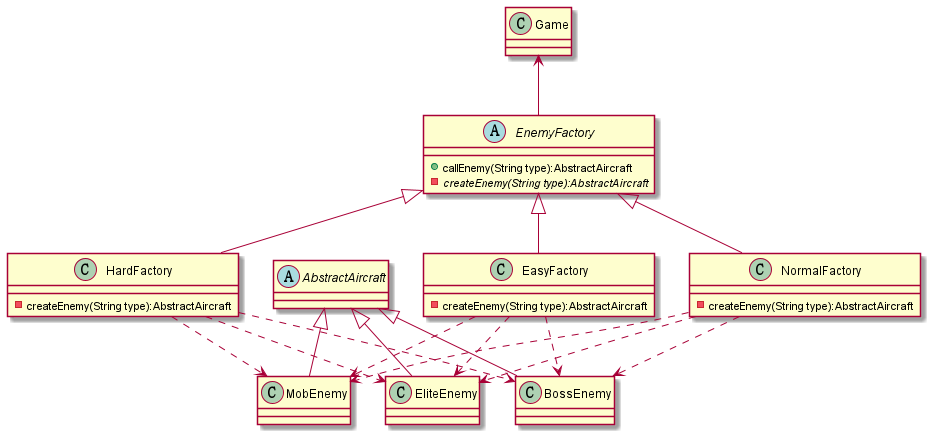
Above: exp1/AircraftWar-base/out/uml/EnemyFactory/EnemyFactory.png in Wu-Fisher/oop_exp_java (PlantUML), before the change. Source of this version:
```plantuml
@startuml
class Game {
}

abstract class EnemyFactory{
    + callEnemy(String type):AbstractAircraft
    - {abstract}createEnemy(String type):AbstractAircraft
}
Game <-- EnemyFactory
EnemyFactory<|-- EasyFactory
EnemyFactory<|-- NormalFactory
EnemyFactory<|-- HardFactory

class EasyFactory{
    - createEnemy(String type):AbstractAircraft
}
class NormalFactory{
    - createEnemy(String type):AbstractAircraft
}
class HardFactory{
    - createEnemy(String type):AbstractAircraft
}

abstract class AbstractAircraft{

}
AbstractAircraft <|-- MobEnemy
AbstractAircraft <|-- EliteEnemy
AbstractAircraft <|-- BossEnemy

EasyFactory ..> MobEnemy
EasyFactory ..>  EliteEnemy
EasyFactory ..>  BossEnemy

NormalFactory ..>  MobEnemy
NormalFactory ..>  EliteEnemy
NormalFactory ..>  BossEnemy

HardFactory ..>  MobEnemy
HardFactory ..>  EliteEnemy
HardFactory ..>  BossEnemy

class MobEnemy {
}

class EliteEnemy
{

}

class BossEnemy
{

}


















@enduml
```
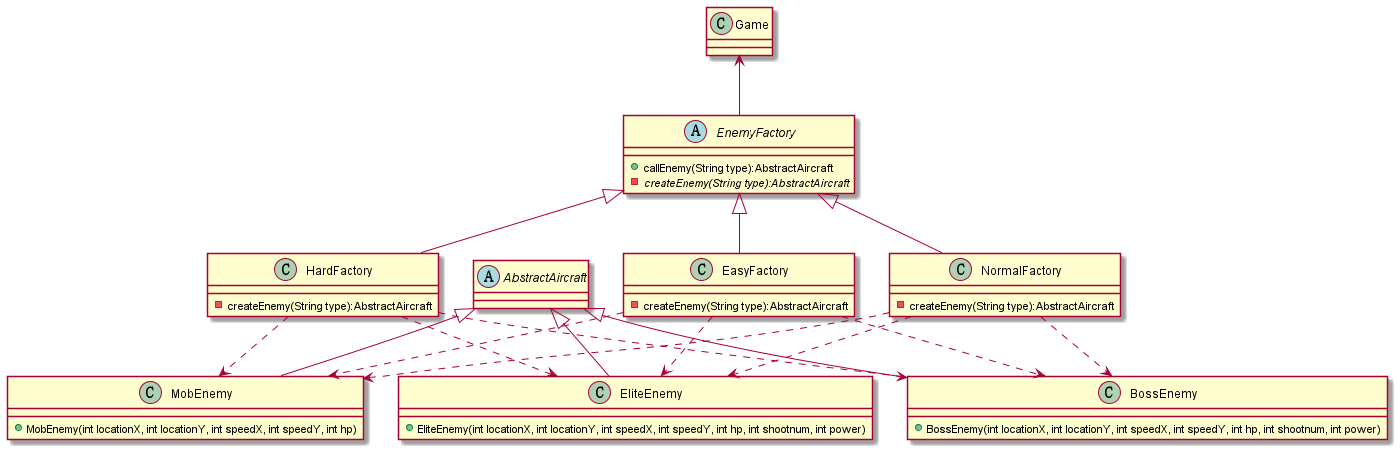
Later version of the same file.

The edit, as a diff of the source:
```diff
@@ -22,7 +22,6 @@
 }
 
 abstract class AbstractAircraft{
-
 }
 AbstractAircraft <|-- MobEnemy
 AbstractAircraft <|-- EliteEnemy
@@ -41,16 +40,19 @@
 HardFactory ..>  BossEnemy
 
 class MobEnemy {
+    + MobEnemy(int locationX, int locationY, int speedX, int speedY, int hp)
 }
 
 class EliteEnemy
 {
 
+    + EliteEnemy(int locationX, int locationY, int speedX, int speedY, int hp, int shootnum, int power)
 }
 
 class BossEnemy
 {
 
+    + BossEnemy(int locationX, int locationY, int speedX, int speedY, int hp, int shootnum, int power)
 }
 
 
```
